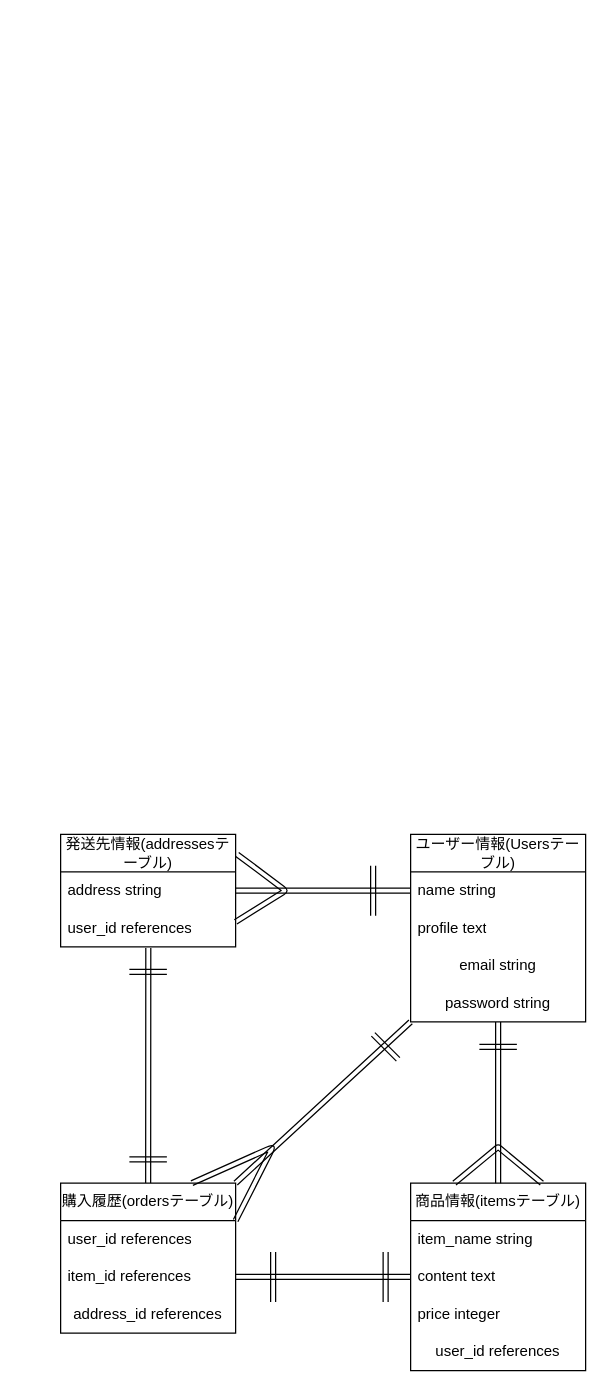
LlechiKaito/furima-38937 keeps this draw.io diagram as database.dio. Above is the earlier version. Source tidied: cells renumbered, new cells numbered last; positions are measured from the earlier drawing's top-left corner, leaving out a move shared by most shapes. Both pictures are drawn from the tidied source at 125%, with x=0, y=0 at pixel (60, 834).
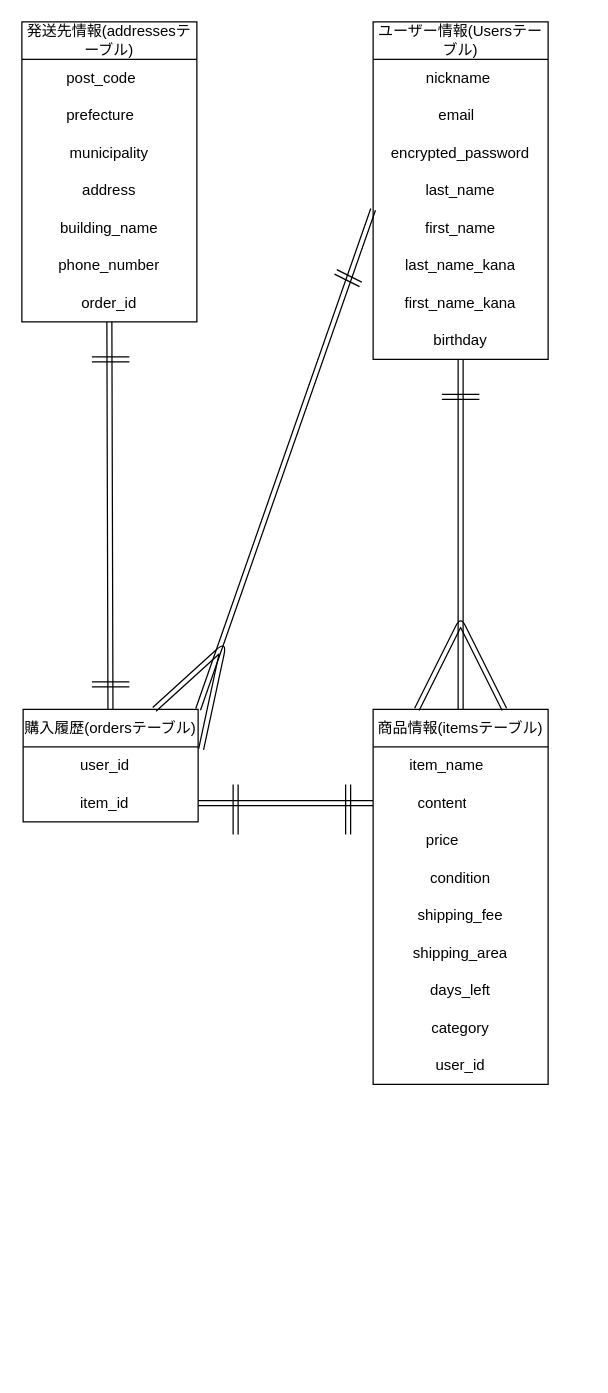
Above is the later version.

Commit message (it also covers changes not shown here):
データベース設計修正その３

Diff of the diagram source:
```diff
@@
     <mxCell id="2" value="ユーザー情報(Usersテーブル)" style="swimlane;fontStyle=0;horizontal=1;startSize=30;whiteSpace=wrap;html=1;" parent="1" vertex="1">
-      <mxGeometry x="280" width="140" height="150" as="geometry" />
+      <mxGeometry x="250" y="-650" width="140" height="270" as="geometry" />
     </mxCell>
-    <mxCell id="3" value="name string" style="text;strokeColor=none;fillColor=none;align=left;verticalAlign=middle;spacingLeft=4;spacingRight=4;overflow=hidden;points=[[0,0.5],[1,0.5]];portConstraint=eastwest;whiteSpace=wrap;html=1;" parent="2" vertex="1">
+    <mxCell id="3" value="&amp;nbsp; &amp;nbsp; &amp;nbsp; &amp;nbsp; &amp;nbsp; &amp;nbsp;nickname" style="text;strokeColor=none;fillColor=none;align=left;verticalAlign=middle;spacingLeft=4;spacingRight=4;overflow=hidden;points=[[0,0.5],[1,0.5]];portConstraint=eastwest;whiteSpace=wrap;html=1;" parent="2" vertex="1">
       <mxGeometry y="30" width="140" height="30" as="geometry" />
     </mxCell>
-    <mxCell id="4" value="profile text" style="text;strokeColor=none;fillColor=none;align=left;verticalAlign=middle;spacingLeft=4;spacingRight=4;overflow=hidden;whiteSpace=wrap;html=1;" parent="2" vertex="1">
+    <mxCell id="4" value="&amp;nbsp; &amp;nbsp; &amp;nbsp; &amp;nbsp; &amp;nbsp; &amp;nbsp; &amp;nbsp; email" style="text;strokeColor=none;fillColor=none;align=left;verticalAlign=middle;spacingLeft=4;spacingRight=4;overflow=hidden;whiteSpace=wrap;html=1;" parent="2" vertex="1">
       <mxGeometry y="60" width="140" height="30" as="geometry" />
     </mxCell>
-    <mxCell id="5" value="email string" style="text;strokeColor=none;align=center;fillColor=none;html=1;verticalAlign=middle;whiteSpace=wrap;rounded=0;" parent="2" vertex="1">
+    <mxCell id="5" value="encrypted_password" style="text;strokeColor=none;align=center;fillColor=none;html=1;verticalAlign=middle;whiteSpace=wrap;rounded=0;" parent="2" vertex="1">
       <mxGeometry y="90" width="140" height="30" as="geometry" />
     </mxCell>
-    <mxCell id="6" value="password string" style="text;strokeColor=none;align=center;fillColor=none;html=1;verticalAlign=middle;whiteSpace=wrap;rounded=0;" parent="2" vertex="1">
+    <mxCell id="6" value="last_name" style="text;strokeColor=none;align=center;fillColor=none;html=1;verticalAlign=middle;whiteSpace=wrap;rounded=0;" parent="2" vertex="1">
       <mxGeometry y="120" width="140" height="30" as="geometry" />
     </mxCell>
+    <mxCell id="12" value="first_name" style="text;strokeColor=none;align=center;fillColor=none;html=1;verticalAlign=middle;whiteSpace=wrap;rounded=0;" parent="2" vertex="1">
+      <mxGeometry y="150" width="140" height="30" as="geometry" />
+    </mxCell>
+    <mxCell id="34" value="last_name_kana" style="text;strokeColor=none;align=center;fillColor=none;html=1;verticalAlign=middle;whiteSpace=wrap;rounded=0;" parent="2" vertex="1">
+      <mxGeometry y="180" width="140" height="30" as="geometry" />
+    </mxCell>
+    <mxCell id="35" value="first_name_kana" style="text;strokeColor=none;align=center;fillColor=none;html=1;verticalAlign=middle;whiteSpace=wrap;rounded=0;" parent="2" vertex="1">
+      <mxGeometry y="210" width="140" height="30" as="geometry" />
+    </mxCell>
+    <mxCell id="36" value="birthday" style="text;strokeColor=none;align=center;fillColor=none;html=1;verticalAlign=middle;whiteSpace=wrap;rounded=0;" parent="2" vertex="1">
+      <mxGeometry y="240" width="140" height="30" as="geometry" />
+    </mxCell>
-    <mxCell id="7" style="edgeStyle=none;shape=link;html=1;entryX=0.501;entryY=1.033;entryDx=0;entryDy=0;entryPerimeter=0;" parent="1" edge="1" source="9" target="20">
+    <mxCell id="7" style="edgeStyle=none;shape=link;html=1;entryX=0.5;entryY=1;entryDx=0;entryDy=0;" parent="1" edge="1" source="9" target="46">
       <mxGeometry relative="1" as="geometry" />
     </mxCell>
@@
     <mxCell id="9" value="購入履歴(ordersテーブル)" style="swimlane;fontStyle=0;horizontal=1;startSize=30;whiteSpace=wrap;html=1;" parent="1" vertex="1">
-      <mxGeometry y="279" width="140" height="120" as="geometry" />
+      <mxGeometry x="-30" y="-100" width="140" height="90" as="geometry" />
     </mxCell>
-    <mxCell id="10" value="user_id references" style="text;strokeColor=none;fillColor=none;align=left;verticalAlign=middle;spacingLeft=4;spacingRight=4;overflow=hidden;points=[[0,0.5],[1,0.5]];portConstraint=eastwest;whiteSpace=wrap;html=1;" parent="9" vertex="1">
+    <mxCell id="10" value="&amp;nbsp; &amp;nbsp; &amp;nbsp; &amp;nbsp; &amp;nbsp; &amp;nbsp; user_id" style="text;strokeColor=none;fillColor=none;align=left;verticalAlign=middle;spacingLeft=4;spacingRight=4;overflow=hidden;points=[[0,0.5],[1,0.5]];portConstraint=eastwest;whiteSpace=wrap;html=1;" parent="9" vertex="1">
       <mxGeometry y="30" width="140" height="30" as="geometry" />
     </mxCell>
-    <mxCell id="11" value="item_id references" style="text;strokeColor=none;fillColor=none;align=left;verticalAlign=middle;spacingLeft=4;spacingRight=4;overflow=hidden;points=[[0,0.5],[1,0.5]];portConstraint=eastwest;whiteSpace=wrap;html=1;" parent="9" vertex="1">
+    <mxCell id="11" value="&amp;nbsp; &amp;nbsp; &amp;nbsp; &amp;nbsp; &amp;nbsp; &amp;nbsp; item_id" style="text;strokeColor=none;fillColor=none;align=left;verticalAlign=middle;spacingLeft=4;spacingRight=4;overflow=hidden;points=[[0,0.5],[1,0.5]];portConstraint=eastwest;whiteSpace=wrap;html=1;" parent="9" vertex="1">
       <mxGeometry y="60" width="140" height="30" as="geometry" />
     </mxCell>
-    <mxCell id="12" value="address_id references" style="text;strokeColor=none;align=center;fillColor=none;html=1;verticalAlign=middle;whiteSpace=wrap;rounded=0;" parent="9" vertex="1">
-      <mxGeometry y="90" width="140" height="30" as="geometry" />
-    </mxCell>
+    <mxCell id="31" style="edgeStyle=none;jettySize=auto;html=1;shape=link;exitX=0.75;exitY=0;exitDx=0;exitDy=0;entryX=1.017;entryY=0.067;entryDx=0;entryDy=0;entryPerimeter=0;" parent="9" edge="1" source="9" target="10">
+      <mxGeometry relative="1" as="geometry">
+        <Array as="points">
+          <mxPoint x="160" y="-50" />
+        </Array>
+      </mxGeometry>
+    </mxCell>
     <mxCell id="13" value="商品情報(itemsテーブル)" style="swimlane;fontStyle=0;horizontal=1;startSize=30;whiteSpace=wrap;html=1;" parent="1" vertex="1">
-      <mxGeometry x="280" y="279" width="140" height="150" as="geometry" />
+      <mxGeometry x="250" y="-100" width="140" height="300" as="geometry" />
     </mxCell>
-    <mxCell id="14" value="item_name string" style="text;strokeColor=none;fillColor=none;align=left;verticalAlign=middle;spacingLeft=4;spacingRight=4;overflow=hidden;whiteSpace=wrap;html=1;" parent="13" vertex="1">
+    <mxCell id="14" value="&amp;nbsp; &amp;nbsp; &amp;nbsp; &amp;nbsp;item_name" style="text;strokeColor=none;fillColor=none;align=left;verticalAlign=middle;spacingLeft=4;spacingRight=4;overflow=hidden;whiteSpace=wrap;html=1;" parent="13" vertex="1">
       <mxGeometry y="30" width="140" height="30" as="geometry" />
     </mxCell>
-    <mxCell id="15" value="content text" style="text;strokeColor=none;fillColor=none;align=left;verticalAlign=middle;spacingLeft=4;spacingRight=4;overflow=hidden;points=[[0,0.5],[1,0.5]];portConstraint=eastwest;whiteSpace=wrap;html=1;" parent="13" vertex="1">
+    <mxCell id="15" value="&amp;nbsp; &amp;nbsp; &amp;nbsp; &amp;nbsp; &amp;nbsp;content" style="text;strokeColor=none;fillColor=none;align=left;verticalAlign=middle;spacingLeft=4;spacingRight=4;overflow=hidden;points=[[0,0.5],[1,0.5]];portConstraint=eastwest;whiteSpace=wrap;html=1;" parent="13" vertex="1">
       <mxGeometry y="60" width="140" height="30" as="geometry" />
     </mxCell>
-    <mxCell id="16" value="price integer" style="text;strokeColor=none;fillColor=none;align=left;verticalAlign=middle;spacingLeft=4;spacingRight=4;overflow=hidden;whiteSpace=wrap;html=1;" parent="13" vertex="1">
+    <mxCell id="16" value="&amp;nbsp; &amp;nbsp; &amp;nbsp; &amp;nbsp; &amp;nbsp; &amp;nbsp;price" style="text;strokeColor=none;fillColor=none;align=left;verticalAlign=middle;spacingLeft=4;spacingRight=4;overflow=hidden;whiteSpace=wrap;html=1;" parent="13" vertex="1">
       <mxGeometry y="90" width="140" height="30" as="geometry" />
     </mxCell>
+    <mxCell id="37" value="condition" style="text;strokeColor=none;align=center;fillColor=none;html=1;verticalAlign=middle;whiteSpace=wrap;rounded=0;" parent="13" vertex="1">
+      <mxGeometry y="120" width="140" height="30" as="geometry" />
+    </mxCell>
+    <mxCell id="38" value="shipping_fee" style="text;strokeColor=none;align=center;fillColor=none;html=1;verticalAlign=middle;whiteSpace=wrap;rounded=0;" parent="13" vertex="1">
+      <mxGeometry y="150" width="140" height="30" as="geometry" />
+    </mxCell>
+    <mxCell id="39" value="shipping_area" style="text;strokeColor=none;align=center;fillColor=none;html=1;verticalAlign=middle;whiteSpace=wrap;rounded=0;" parent="13" vertex="1">
+      <mxGeometry y="180" width="140" height="30" as="geometry" />
+    </mxCell>
+    <mxCell id="40" value="days_left" style="text;strokeColor=none;align=center;fillColor=none;html=1;verticalAlign=middle;whiteSpace=wrap;rounded=0;" parent="13" vertex="1">
+      <mxGeometry y="210" width="140" height="30" as="geometry" />
+    </mxCell>
+    <mxCell id="41" value="category" style="text;strokeColor=none;align=center;fillColor=none;html=1;verticalAlign=middle;whiteSpace=wrap;rounded=0;" parent="13" vertex="1">
+      <mxGeometry y="240" width="140" height="30" as="geometry" />
+    </mxCell>
-    <mxCell id="17" value="user_id references" style="text;strokeColor=none;align=center;fillColor=none;html=1;verticalAlign=middle;whiteSpace=wrap;rounded=0;" parent="13" vertex="1">
-      <mxGeometry y="120" width="140" height="30" as="geometry" />
+    <mxCell id="17" value="user_id" style="text;strokeColor=none;align=center;fillColor=none;html=1;verticalAlign=middle;whiteSpace=wrap;rounded=0;" parent="13" vertex="1">
+      <mxGeometry y="270" width="140" height="30" as="geometry" />
     </mxCell>
     <mxCell id="18" value="発送先情報(addressesテーブル)" style="swimlane;fontStyle=0;horizontal=1;startSize=30;whiteSpace=wrap;html=1;" parent="1" vertex="1">
-      <mxGeometry width="140" height="90" as="geometry" />
+      <mxGeometry x="-31" y="-650" width="140" height="240" as="geometry" />
     </mxCell>
-    <mxCell id="19" value="address string" style="text;strokeColor=none;fillColor=none;align=left;verticalAlign=middle;spacingLeft=4;spacingRight=4;overflow=hidden;points=[[0,0.5],[1,0.5]];portConstraint=eastwest;whiteSpace=wrap;html=1;" parent="18" vertex="1">
+    <mxCell id="19" value="&amp;nbsp; &amp;nbsp; &amp;nbsp; &amp;nbsp; &amp;nbsp;post_code" style="text;strokeColor=none;fillColor=none;align=left;verticalAlign=middle;spacingLeft=4;spacingRight=4;overflow=hidden;points=[[0,0.5],[1,0.5]];portConstraint=eastwest;whiteSpace=wrap;html=1;" parent="18" vertex="1">
       <mxGeometry y="30" width="140" height="30" as="geometry" />
     </mxCell>
-    <mxCell id="20" value="user_id references" style="text;strokeColor=none;fillColor=none;align=left;verticalAlign=middle;spacingLeft=4;spacingRight=4;overflow=hidden;points=[[0,0.5],[1,0.5]];portConstraint=eastwest;whiteSpace=wrap;html=1;" parent="18" vertex="1">
+    <mxCell id="20" value="&amp;nbsp; &amp;nbsp; &amp;nbsp; &amp;nbsp; &amp;nbsp;prefecture" style="text;strokeColor=none;fillColor=none;align=left;verticalAlign=middle;spacingLeft=4;spacingRight=4;overflow=hidden;points=[[0,0.5],[1,0.5]];portConstraint=eastwest;whiteSpace=wrap;html=1;" parent="18" vertex="1">
       <mxGeometry y="60" width="140" height="30" as="geometry" />
     </mxCell>
-    <mxCell id="21" style="edgeStyle=none;shape=link;html=1;entryX=0;entryY=0.5;entryDx=0;entryDy=0;" parent="1" edge="1" source="19" target="3">
-      <mxGeometry relative="1" as="geometry" />
-    </mxCell>
+    <mxCell id="42" value="municipality" style="text;strokeColor=none;align=center;fillColor=none;html=1;verticalAlign=middle;whiteSpace=wrap;rounded=0;" parent="18" vertex="1">
+      <mxGeometry y="90" width="140" height="30" as="geometry" />
+    </mxCell>
+    <mxCell id="43" value="address" style="text;strokeColor=none;align=center;fillColor=none;html=1;verticalAlign=middle;whiteSpace=wrap;rounded=0;" parent="18" vertex="1">
+      <mxGeometry y="120" width="140" height="30" as="geometry" />
+    </mxCell>
+    <mxCell id="44" value="building_name" style="text;strokeColor=none;align=center;fillColor=none;html=1;verticalAlign=middle;whiteSpace=wrap;rounded=0;" parent="18" vertex="1">
+      <mxGeometry y="150" width="140" height="30" as="geometry" />
+    </mxCell>
+    <mxCell id="45" value="phone_number" style="text;strokeColor=none;align=center;fillColor=none;html=1;verticalAlign=middle;whiteSpace=wrap;rounded=0;" parent="18" vertex="1">
+      <mxGeometry y="180" width="140" height="30" as="geometry" />
+    </mxCell>
+    <mxCell id="46" value="order_id" style="text;strokeColor=none;align=center;fillColor=none;html=1;verticalAlign=middle;whiteSpace=wrap;rounded=0;" parent="18" vertex="1">
+      <mxGeometry y="210" width="140" height="30" as="geometry" />
+    </mxCell>
-    <mxCell id="22" style="edgeStyle=none;shape=link;html=1;" parent="1" edge="1" source="6" target="13">
-      <mxGeometry relative="1" as="geometry" />
+    <mxCell id="22" style="edgeStyle=none;shape=link;html=1;" parent="1" edge="1" target="13">
+      <mxGeometry relative="1" as="geometry">
+        <mxPoint x="320" y="-380" as="sourcePoint" />
+      </mxGeometry>
     </mxCell>
@@
     <mxCell id="24" style="edgeStyle=none;orthogonalLoop=1;jettySize=auto;html=1;shape=link;" parent="1" edge="1">
       <mxGeometry relative="1" as="geometry">
-        <mxPoint x="335" y="170" as="sourcePoint" />
-        <mxPoint x="365" y="170" as="targetPoint" />
+        <mxPoint x="305" y="-350" as="sourcePoint" />
+        <mxPoint x="335" y="-350" as="targetPoint" />
       </mxGeometry>
     </mxCell>
     <mxCell id="25" style="edgeStyle=none;orthogonalLoop=1;jettySize=auto;html=1;shape=link;" parent="1" edge="1">
       <mxGeometry relative="1" as="geometry">
-        <mxPoint x="55" y="110" as="sourcePoint" />
-        <mxPoint x="85" y="110" as="targetPoint" />
+        <mxPoint x="25" y="-380" as="sourcePoint" />
+        <mxPoint x="55" y="-380" as="targetPoint" />
       </mxGeometry>
     </mxCell>
     <mxCell id="26" style="edgeStyle=none;orthogonalLoop=1;jettySize=auto;html=1;shape=link;" parent="1" edge="1">
       <mxGeometry relative="1" as="geometry">
-        <mxPoint x="55" y="260" as="sourcePoint" />
-        <mxPoint x="85" y="260" as="targetPoint" />
+        <mxPoint x="25" y="-120" as="sourcePoint" />
+        <mxPoint x="55" y="-120" as="targetPoint" />
       </mxGeometry>
     </mxCell>
     <mxCell id="27" style="edgeStyle=none;orthogonalLoop=1;jettySize=auto;html=1;shape=link;" parent="1" edge="1">
       <mxGeometry relative="1" as="geometry">
-        <mxPoint x="250" y="160" as="sourcePoint" />
-        <mxPoint x="270" y="180" as="targetPoint" />
+        <mxPoint x="220" y="-450" as="sourcePoint" />
+        <mxPoint x="240" y="-440" as="targetPoint" />
       </mxGeometry>
     </mxCell>
-    <mxCell id="28" style="edgeStyle=none;orthogonalLoop=1;jettySize=auto;html=1;shape=link;" parent="1" edge="1">
-      <mxGeometry relative="1" as="geometry">
-        <mxPoint x="250" y="25" as="sourcePoint" />
-        <mxPoint x="250" y="65" as="targetPoint" />
-      </mxGeometry>
-    </mxCell>
     <mxCell id="29" style="edgeStyle=none;orthogonalLoop=1;jettySize=auto;html=1;shape=link;" parent="1" edge="1">
       <mxGeometry relative="1" as="geometry">
-        <mxPoint x="260" y="334" as="sourcePoint" />
-        <mxPoint x="260" y="374" as="targetPoint" />
+        <mxPoint x="230" y="-40" as="sourcePoint" />
+        <mxPoint x="230" as="targetPoint" />
       </mxGeometry>
     </mxCell>
     <mxCell id="30" style="edgeStyle=none;orthogonalLoop=1;jettySize=auto;html=1;shape=link;" parent="1" edge="1">
       <mxGeometry relative="1" as="geometry">
-        <mxPoint x="170" y="334" as="sourcePoint" />
-        <mxPoint x="170" y="374" as="targetPoint" />
+        <mxPoint x="140" y="-40" as="sourcePoint" />
+        <mxPoint x="140" as="targetPoint" />
       </mxGeometry>
     </mxCell>
-    <mxCell id="31" style="edgeStyle=none;orthogonalLoop=1;jettySize=auto;html=1;shape=link;exitX=0.75;exitY=0;exitDx=0;exitDy=0;entryX=1;entryY=0.25;entryDx=0;entryDy=0;" parent="1" edge="1" source="9" target="9">
-      <mxGeometry relative="1" as="geometry">
-        <Array as="points">
-          <mxPoint x="170" y="250" />
-        </Array>
-      </mxGeometry>
-    </mxCell>
-    <mxCell id="32" style="edgeStyle=none;jettySize=auto;html=1;shape=link;entryX=1.009;entryY=0.178;entryDx=0;entryDy=0;entryPerimeter=0;" parent="1" edge="1" target="18">
-      <mxGeometry relative="1" as="geometry">
-        <mxPoint x="140" y="70" as="sourcePoint" />
-        <Array as="points">
-          <mxPoint x="180" y="45" />
-        </Array>
-      </mxGeometry>
-    </mxCell>
     <mxCell id="33" style="edgeStyle=none;orthogonalLoop=1;jettySize=auto;html=1;shape=link;entryX=0.75;entryY=0;entryDx=0;entryDy=0;exitX=0.25;exitY=0;exitDx=0;exitDy=0;" parent="1" edge="1" source="13" target="13">
       <mxGeometry relative="1" as="geometry">
         <Array as="points">
-          <mxPoint x="350" y="250" />
+          <mxPoint x="320" y="-170" />
         </Array>
       </mxGeometry>
     </mxCell>
+    <mxCell id="47" style="edgeStyle=none;html=1;" parent="1" edge="1">
+      <mxGeometry relative="1" as="geometry">
+        <mxPoint x="320" y="-470" as="sourcePoint" />
+        <mxPoint x="320" y="-470" as="targetPoint" />
+      </mxGeometry>
+    </mxCell>
```
